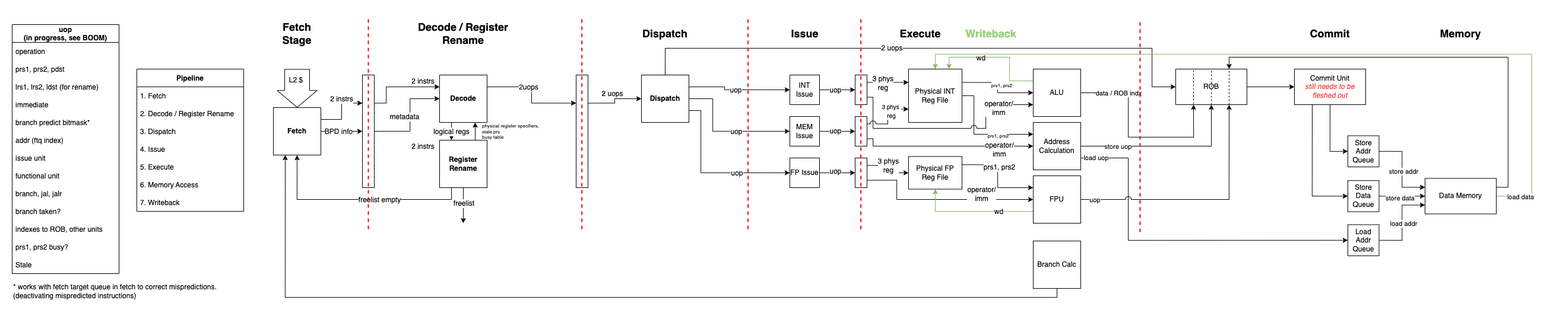
Cal-Poly-RAMP/ramp-core keeps this draw.io diagram as docs/source/images/ramp-high-level-interface.png. Above is the earlier version. Source tidied: cells renumbered, new cells last; positions are measured from the earlier drawing's top-left corner, leaving out a move shared by most shapes.
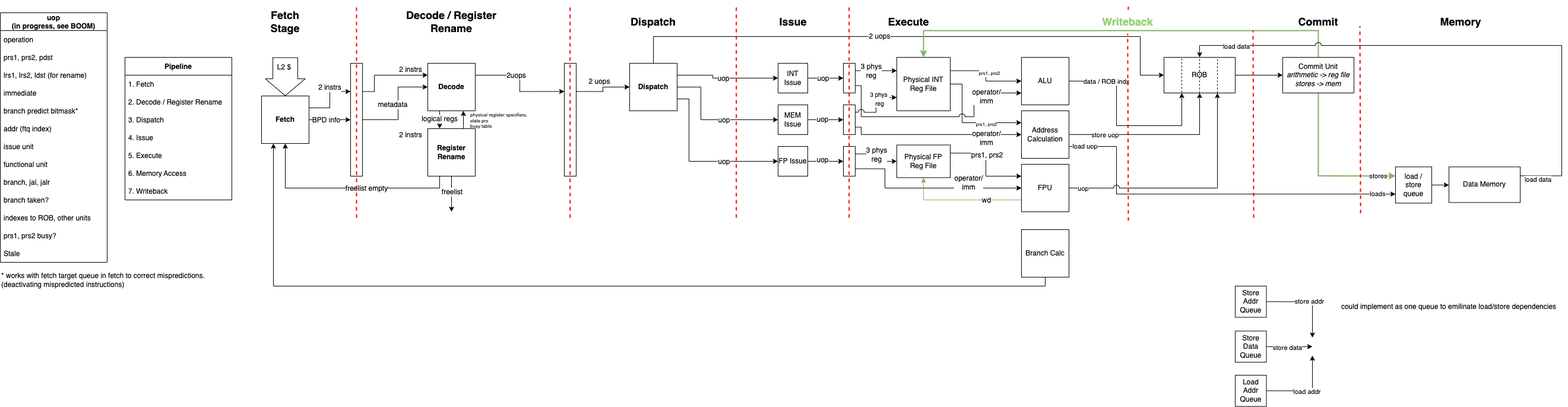
Later version of the same file.

The edit, as a diff of the source:
```diff
@@ -168,7 +168,7 @@
       <mxGeometry x="690.3" y="225" as="geometry" />
     </mxCell>
     <mxCell id="44" value="&lt;p style=&quot;line-height: 0.8;&quot;&gt;&lt;span style=&quot;font-size: 8px; background-color: initial;&quot;&gt;physical register specifiers,&lt;/span&gt;&lt;br&gt;&lt;span style=&quot;font-size: 8px; background-color: initial;&quot;&gt;stale prs&lt;/span&gt;&lt;br&gt;&lt;span style=&quot;font-size: 8px; background-color: initial;&quot;&gt;busy table&lt;/span&gt;&lt;br&gt;&lt;/p&gt;" style="text;html=1;strokeColor=none;fillColor=none;align=left;verticalAlign=middle;whiteSpace=wrap;rounded=0;fontSize=12;fontColor=#000000;" parent="1" vertex="1">
-      <mxGeometry x="790" y="185" width="150" height="30" as="geometry" />
+      <mxGeometry x="790" y="186" width="150" height="30" as="geometry" />
     </mxCell>
     <mxCell id="45" style="edgeStyle=orthogonalEdgeStyle;rounded=0;jumpStyle=none;jumpSize=10;jettySize=auto;html=1;fontSize=12;fontColor=#000000;strokeColor=#000000;strokeWidth=1;entryX=0;entryY=0.5;entryDx=0;entryDy=0;exitX=1;exitY=0.5;exitDx=0;exitDy=0;" parent="1" edge="1" source="46" target="139">
       <mxGeometry relative="1" as="geometry">
@@ -361,26 +361,11 @@
     <mxCell id="87" value="ALU&lt;br&gt;" style="whiteSpace=wrap;html=1;fontSize=12;fontColor=#000000;" parent="1" vertex="1">
       <mxGeometry x="1720" y="95" width="80" height="80" as="geometry" />
     </mxCell>
-    <mxCell id="88" style="edgeStyle=orthogonalEdgeStyle;rounded=0;jumpStyle=none;jumpSize=10;jettySize=auto;html=1;exitX=0;exitY=0.25;exitDx=0;exitDy=0;entryX=0.75;entryY=0;entryDx=0;entryDy=0;fontSize=12;fontColor=#000000;strokeColor=#82b366;strokeWidth=1;fillColor=#d5e8d4;" parent="1" edge="1" source="87" target="81">
-      <mxGeometry relative="1" as="geometry">
-        <Array as="points">
-          <mxPoint x="1680" y="115" />
-          <mxPoint x="1680" y="75" />
-          <mxPoint x="1578" y="75" />
-          <mxPoint x="1578" y="95" />
-        </Array>
-      </mxGeometry>
-    </mxCell>
-    <mxCell id="89" value="wd" style="edgeLabel;html=1;align=center;verticalAlign=middle;fontSize=12;fontColor=#000000;" parent="88" vertex="1">
-      <mxGeometry x="0.8" y="-1" relative="1" as="geometry">
-        <mxPoint x="53" as="offset" />
-      </mxGeometry>
-    </mxCell>
-    <mxCell id="90" style="edgeStyle=orthogonalEdgeStyle;rounded=0;jettySize=auto;html=1;exitX=1;exitY=0.75;exitDx=0;exitDy=0;fontColor=#000000;entryX=0;entryY=0.5;entryDx=0;entryDy=0;" parent="1" edge="1" source="94" target="130">
+    <mxCell id="90" style="edgeStyle=orthogonalEdgeStyle;rounded=0;jettySize=auto;html=1;exitX=1;exitY=0.75;exitDx=0;exitDy=0;fontColor=#000000;entryX=0;entryY=0.75;entryDx=0;entryDy=0;" parent="1" edge="1" source="94" target="154">
       <mxGeometry relative="1" as="geometry">
         <Array as="points">
           <mxPoint x="1880" y="245" />
-          <mxPoint x="1880" y="384" />
+          <mxPoint x="1880" y="325" />
         </Array>
       </mxGeometry>
     </mxCell>
@@ -389,6 +374,11 @@
         <mxPoint x="10" as="offset" />
       </mxGeometry>
     </mxCell>
+    <mxCell id="145" value="loads" style="edgeLabel;html=1;align=center;verticalAlign=middle;" parent="90" vertex="1">
+      <mxGeometry x="0.89" y="1" relative="1" as="geometry">
+        <mxPoint x="5" as="offset" />
+      </mxGeometry>
+    </mxCell>
     <mxCell id="92" style="edgeStyle=orthogonalEdgeStyle;rounded=0;jumpStyle=arc;jumpSize=10;jettySize=auto;html=1;exitX=1;exitY=0.5;exitDx=0;exitDy=0;fontColor=#000000;entryX=0.5;entryY=1;entryDx=0;entryDy=0;" parent="1" edge="1" source="94" target="46">
       <mxGeometry relative="1" as="geometry" />
     </mxCell>
@@ -512,66 +502,46 @@
     <mxCell id="121" value="7. Writeback" style="text;strokeColor=none;fillColor=none;align=left;verticalAlign=middle;spacingLeft=4;spacingRight=4;overflow=hidden;labelBackgroundColor=none;fontColor=#000000;" parent="114" vertex="1">
       <mxGeometry y="210" width="180" height="30" as="geometry" />
     </mxCell>
-    <mxCell id="122" style="edgeStyle=orthogonalEdgeStyle;rounded=0;jettySize=auto;html=1;exitX=1;exitY=0.5;exitDx=0;exitDy=0;entryX=0;entryY=0.25;entryDx=0;entryDy=0;fontColor=#000000;" parent="1" edge="1" source="124" target="134">
-      <mxGeometry relative="1" as="geometry" />
-    </mxCell>
-    <mxCell id="123" value="store addr" style="edgeLabel;html=1;align=center;verticalAlign=middle;fontColor=#000000;" parent="122" vertex="1">
-      <mxGeometry x="0.04" y="1" relative="1" as="geometry" />
-    </mxCell>
-    <mxCell id="124" value="Store Addr Queue" style="whiteSpace=wrap;html=1;labelBackgroundColor=none;fontColor=#000000;" parent="1" vertex="1">
-      <mxGeometry x="2250" y="207.5" width="52.5" height="52.5" as="geometry" />
-    </mxCell>
-    <mxCell id="125" style="edgeStyle=orthogonalEdgeStyle;rounded=0;jettySize=auto;html=1;exitX=1;exitY=0.5;exitDx=0;exitDy=0;entryX=0;entryY=0.5;entryDx=0;entryDy=0;fontColor=#000000;" parent="1" edge="1" source="127" target="134">
-      <mxGeometry relative="1" as="geometry" />
-    </mxCell>
-    <mxCell id="126" value="store data" style="edgeLabel;html=1;align=center;verticalAlign=middle;fontColor=#000000;" parent="125" vertex="1">
-      <mxGeometry x="-0.12" y="-2" relative="1" as="geometry" />
-    </mxCell>
-    <mxCell id="127" value="Store&lt;br&gt;Data Queue" style="whiteSpace=wrap;html=1;labelBackgroundColor=none;fontColor=#000000;" parent="1" vertex="1">
-      <mxGeometry x="2250" y="283.1" width="52.5" height="52.5" as="geometry" />
-    </mxCell>
-    <mxCell id="128" style="edgeStyle=orthogonalEdgeStyle;rounded=0;jettySize=auto;html=1;exitX=1;exitY=0.5;exitDx=0;exitDy=0;fontColor=#000000;entryX=0;entryY=0.75;entryDx=0;entryDy=0;" parent="1" edge="1" source="130" target="134">
-      <mxGeometry relative="1" as="geometry" />
-    </mxCell>
-    <mxCell id="129" value="load addr" style="edgeLabel;html=1;align=center;verticalAlign=middle;fontColor=#000000;" parent="128" vertex="1">
-      <mxGeometry x="-0.01" y="-1" relative="1" as="geometry" />
-    </mxCell>
-    <mxCell id="130" value="Load Addr Queue" style="whiteSpace=wrap;html=1;labelBackgroundColor=none;fontColor=#000000;" parent="1" vertex="1">
-      <mxGeometry x="2250" y="357.5" width="52.5" height="52.5" as="geometry" />
-    </mxCell>
-    <mxCell id="131" style="edgeStyle=orthogonalEdgeStyle;rounded=0;jettySize=auto;html=1;exitX=1;exitY=0.5;exitDx=0;exitDy=0;fontColor=#000000;entryX=0.5;entryY=0;entryDx=0;entryDy=0;fillColor=#d5e8d4;strokeColor=#82b366;" parent="1" edge="1" source="134" target="81">
+    <mxCell id="131" style="edgeStyle=orthogonalEdgeStyle;rounded=0;jettySize=auto;html=1;exitX=0.5;exitY=0;exitDx=0;exitDy=0;fontColor=#000000;entryX=0.5;entryY=0;entryDx=0;entryDy=0;fillColor=#d5e8d4;strokeColor=#82b366;strokeWidth=2;" parent="1" edge="1" source="139" target="81">
       <mxGeometry relative="1" as="geometry">
         <Array as="points">
-          <mxPoint x="2560" y="309" />
-          <mxPoint x="2560" y="70" />
-          <mxPoint x="1555" y="70" />
+          <mxPoint x="2220" y="50" />
+          <mxPoint x="1555" y="50" />
         </Array>
       </mxGeometry>
     </mxCell>
-    <mxCell id="132" value="load data" style="edgeLabel;html=1;align=center;verticalAlign=middle;fontColor=#000000;" parent="131" vertex="1">
-      <mxGeometry x="-0.72" y="1" relative="1" as="geometry">
-        <mxPoint x="-19" y="123" as="offset" />
-      </mxGeometry>
-    </mxCell>
-    <mxCell id="133" style="edgeStyle=orthogonalEdgeStyle;rounded=0;jumpStyle=arc;jumpSize=10;jettySize=auto;html=1;exitX=1;exitY=0.25;exitDx=0;exitDy=0;entryX=0.75;entryY=0;entryDx=0;entryDy=0;fontSize=8;fontColor=#FF3333;" parent="1" edge="1" source="134" target="46">
-      <mxGeometry relative="1" as="geometry" />
+    <mxCell id="133" style="edgeStyle=orthogonalEdgeStyle;rounded=0;jumpStyle=arc;jumpSize=10;jettySize=auto;html=1;exitX=1;exitY=0.25;exitDx=0;exitDy=0;entryX=0.5;entryY=0;entryDx=0;entryDy=0;fontSize=8;fontColor=#FF3333;" parent="1" edge="1" source="134" target="46">
+      <mxGeometry relative="1" as="geometry">
+        <Array as="points">
+          <mxPoint x="2630" y="294" />
+          <mxPoint x="2630" y="75" />
+          <mxPoint x="2020" y="75" />
+        </Array>
+      </mxGeometry>
     </mxCell>
+    <mxCell id="146" value="load data" style="edgeLabel;html=1;align=center;verticalAlign=middle;" parent="133" vertex="1">
+      <mxGeometry x="0.82" y="1" relative="1" as="geometry" />
+    </mxCell>
+    <mxCell id="147" value="load data" style="edgeLabel;html=1;align=center;verticalAlign=middle;" parent="133" vertex="1">
+      <mxGeometry x="-0.93" y="-2" relative="1" as="geometry">
+        <mxPoint x="-3" y="4" as="offset" />
+      </mxGeometry>
+    </mxCell>
     <mxCell id="134" value="Data Memory" style="rounded=0;whiteSpace=wrap;html=1;labelBackgroundColor=none;fontColor=#000000;" parent="1" vertex="1">
-      <mxGeometry x="2380" y="279.4" width="120" height="60" as="geometry" />
+      <mxGeometry x="2440" y="279.4" width="120" height="60" as="geometry" />
     </mxCell>
-    <mxCell id="135" value="&lt;h2&gt;&lt;span style=&quot;background-color: rgb(255, 255, 255);&quot;&gt;&lt;font color=&quot;#97d077&quot;&gt;Writeback&lt;/font&gt;&lt;/span&gt;&lt;/h2&gt;" style="text;html=1;strokeColor=none;fillColor=none;align=center;verticalAlign=middle;whiteSpace=wrap;rounded=0;labelBackgroundColor=none;fontColor=#000000;" parent="1" vertex="1">
-      <mxGeometry x="1600" y="15" width="97.5" height="40" as="geometry" />
-    </mxCell>
     <mxCell id="136" value="&lt;h2&gt;Memory&lt;/h2&gt;" style="text;html=1;strokeColor=none;fillColor=none;align=center;verticalAlign=middle;whiteSpace=wrap;rounded=0;labelBackgroundColor=none;fontColor=#000000;" parent="1" vertex="1">
-      <mxGeometry x="2360" width="160" height="70" as="geometry" />
+      <mxGeometry x="2380" width="160" height="70" as="geometry" />
     </mxCell>
-    <mxCell id="137" style="edgeStyle=orthogonalEdgeStyle;rounded=0;jettySize=auto;html=1;exitX=0.25;exitY=1;exitDx=0;exitDy=0;fontColor=#000000;entryX=0;entryY=0.5;entryDx=0;entryDy=0;" parent="1" edge="1" source="139" target="127">
-      <mxGeometry relative="1" as="geometry" />
-    </mxCell>
-    <mxCell id="138" style="edgeStyle=orthogonalEdgeStyle;rounded=0;jettySize=auto;html=1;exitX=0.5;exitY=1;exitDx=0;exitDy=0;entryX=0;entryY=0.5;entryDx=0;entryDy=0;fontColor=#000000;" parent="1" edge="1" source="139" target="124">
+    <mxCell id="138" style="edgeStyle=orthogonalEdgeStyle;rounded=0;jettySize=auto;html=1;exitX=0.5;exitY=1;exitDx=0;exitDy=0;entryX=0;entryY=0.25;entryDx=0;entryDy=0;fontColor=#000000;fillColor=#d5e8d4;strokeColor=#82b366;strokeWidth=2;" parent="1" edge="1" source="139" target="154">
       <mxGeometry relative="1" as="geometry" />
     </mxCell>
+    <mxCell id="148" value="stores" style="edgeLabel;html=1;align=center;verticalAlign=middle;" parent="138" vertex="1">
+      <mxGeometry x="-0.42" relative="1" as="geometry">
+        <mxPoint x="100" y="61" as="offset" />
+      </mxGeometry>
+    </mxCell>
-    <mxCell id="139" value="Commit Unit&lt;br&gt;&lt;i&gt;&lt;font color=&quot;#ff3333&quot;&gt;still needs to be fleshed out&lt;/font&gt;&lt;/i&gt;" style="rounded=0;whiteSpace=wrap;html=1;labelBackgroundColor=none;fontColor=#000000;" parent="1" vertex="1">
+    <mxCell id="139" value="Commit Unit&lt;br&gt;&lt;i&gt;arithmetic -&amp;gt; reg file&lt;br&gt;stores -&amp;gt; mem&lt;/i&gt;" style="rounded=0;whiteSpace=wrap;html=1;labelBackgroundColor=none;fontColor=#000000;" parent="1" vertex="1">
       <mxGeometry x="2160" y="95" width="120" height="60" as="geometry" />
     </mxCell>
     <mxCell id="140" value="&lt;h2&gt;Commit&lt;/h2&gt;" style="text;html=1;strokeColor=none;fillColor=none;align=center;verticalAlign=middle;whiteSpace=wrap;rounded=0;labelBackgroundColor=none;fontColor=#000000;" parent="1" vertex="1">
@@ -589,11 +559,72 @@
     <mxCell id="143" style="endArrow=none;dashed=1;html=1;rounded=0;fontSize=8;fontColor=#FF3333;jumpStyle=arc;jumpSize=10;exitX=0.75;exitY=1;exitDx=0;exitDy=0;entryX=0.75;entryY=0;entryDx=0;entryDy=0;" parent="1" edge="1" source="46" target="46">
       <mxGeometry relative="1" as="geometry" />
     </mxCell>
-    <mxCell id="144" style="endArrow=none;dashed=1;html=1;rounded=0;fontSize=12;fontColor=#000000;strokeColor=#FF0000;strokeWidth=2;jumpStyle=none;jumpSize=10;" parent="1" edge="1">
+    <mxCell id="144" style="endArrow=none;dashed=1;html=1;rounded=0;fontSize=12;fontColor=#000000;strokeColor=#FF0000;strokeWidth=2;jumpStyle=none;jumpSize=10;startArrow=none;" parent="1" edge="1" source="135">
       <mxGeometry relative="1" as="geometry">
-        <mxPoint x="1900" y="370" as="sourcePoint" />
         <mxPoint x="1900" y="10" as="targetPoint" />
       </mxGeometry>
     </mxCell>
+    <mxCell id="149" value="could implement as one queue to emilinate load/store dependencies" style="text;html=1;strokeColor=none;fillColor=none;align=center;verticalAlign=middle;whiteSpace=wrap;rounded=0;" parent="1" vertex="1">
+      <mxGeometry x="2240" y="450" width="400" height="130" as="geometry" />
+    </mxCell>
+    <mxCell id="150" style="edgeStyle=orthogonalEdgeStyle;rounded=0;jettySize=auto;html=1;exitX=1;exitY=0.5;exitDx=0;exitDy=0;entryX=0;entryY=0.25;entryDx=0;entryDy=0;fontColor=#000000;" parent="1" edge="1" source="124">
+      <mxGeometry relative="1" as="geometry">
+        <mxPoint x="2210" y="566.9" as="targetPoint" />
+      </mxGeometry>
+    </mxCell>
+    <mxCell id="123" value="store addr" style="edgeLabel;html=1;align=center;verticalAlign=middle;fontColor=#000000;" parent="150" vertex="1">
+      <mxGeometry x="0.04" y="1" relative="1" as="geometry" />
+    </mxCell>
+    <mxCell id="124" value="Store Addr Queue" style="whiteSpace=wrap;html=1;labelBackgroundColor=none;fontColor=#000000;" parent="1" vertex="1">
+      <mxGeometry x="2080" y="480" width="52.5" height="52.5" as="geometry" />
+    </mxCell>
+    <mxCell id="151" style="edgeStyle=orthogonalEdgeStyle;rounded=0;jettySize=auto;html=1;exitX=1;exitY=0.5;exitDx=0;exitDy=0;entryX=0;entryY=0.5;entryDx=0;entryDy=0;fontColor=#000000;" parent="1" edge="1" source="127">
+      <mxGeometry relative="1" as="geometry">
+        <mxPoint x="2210" y="581.9" as="targetPoint" />
+      </mxGeometry>
+    </mxCell>
+    <mxCell id="126" value="store data" style="edgeLabel;html=1;align=center;verticalAlign=middle;fontColor=#000000;" parent="151" vertex="1">
+      <mxGeometry x="-0.12" y="-2" relative="1" as="geometry" />
+    </mxCell>
+    <mxCell id="127" value="Store&lt;br&gt;Data Queue" style="whiteSpace=wrap;html=1;labelBackgroundColor=none;fontColor=#000000;" parent="1" vertex="1">
+      <mxGeometry x="2080" y="555.6" width="52.5" height="52.5" as="geometry" />
+    </mxCell>
+    <mxCell id="152" style="edgeStyle=orthogonalEdgeStyle;rounded=0;jettySize=auto;html=1;exitX=1;exitY=0.5;exitDx=0;exitDy=0;fontColor=#000000;entryX=0;entryY=0.75;entryDx=0;entryDy=0;" parent="1" edge="1" source="130">
+      <mxGeometry relative="1" as="geometry">
+        <mxPoint x="2210" y="596.9" as="targetPoint" />
+      </mxGeometry>
+    </mxCell>
+    <mxCell id="129" value="load addr" style="edgeLabel;html=1;align=center;verticalAlign=middle;fontColor=#000000;" parent="152" vertex="1">
+      <mxGeometry x="-0.01" y="-1" relative="1" as="geometry" />
+    </mxCell>
+    <mxCell id="130" value="Load Addr Queue" style="whiteSpace=wrap;html=1;labelBackgroundColor=none;fontColor=#000000;" parent="1" vertex="1">
+      <mxGeometry x="2080" y="630" width="52.5" height="52.5" as="geometry" />
+    </mxCell>
+    <mxCell id="153" style="edgeStyle=orthogonalEdgeStyle;rounded=0;jettySize=auto;html=1;exitX=1;exitY=0.5;exitDx=0;exitDy=0;entryX=0;entryY=0.5;entryDx=0;entryDy=0;strokeWidth=1;" parent="1" edge="1" source="154" target="134">
+      <mxGeometry relative="1" as="geometry" />
+    </mxCell>
+    <mxCell id="154" value="load / store queue" style="whiteSpace=wrap;html=1;" parent="1" vertex="1">
+      <mxGeometry x="2350" y="279.4" width="61" height="61" as="geometry" />
+    </mxCell>
+    <mxCell id="135" value="&lt;h2&gt;&lt;span style=&quot;background-color: rgb(255, 255, 255);&quot;&gt;&lt;font color=&quot;#97d077&quot;&gt;Writeback&lt;/font&gt;&lt;/span&gt;&lt;/h2&gt;" style="text;html=1;strokeColor=none;fillColor=none;align=center;verticalAlign=middle;whiteSpace=wrap;rounded=0;labelBackgroundColor=none;fontColor=#000000;" parent="1" vertex="1">
+      <mxGeometry x="1850" y="15" width="97.5" height="40" as="geometry" />
+    </mxCell>
+    <mxCell id="155" style="endArrow=none;dashed=1;html=1;rounded=0;fontSize=12;fontColor=#000000;strokeColor=#FF0000;strokeWidth=2;jumpStyle=none;jumpSize=10;" parent="1" edge="1" target="135">
+      <mxGeometry relative="1" as="geometry">
+        <mxPoint x="1900" y="370" as="sourcePoint" />
+      </mxGeometry>
+    </mxCell>
+    <mxCell id="156" style="endArrow=none;dashed=1;html=1;rounded=0;fontSize=12;fontColor=#000000;strokeColor=#FF0000;strokeWidth=2;jumpStyle=none;jumpSize=10;" parent="1" edge="1">
+      <mxGeometry relative="1" as="geometry">
+        <mxPoint x="2111.2" y="365" as="sourcePoint" />
+        <mxPoint x="2110" y="50" as="targetPoint" />
+      </mxGeometry>
+    </mxCell>
+    <mxCell id="157" style="endArrow=none;dashed=1;html=1;rounded=0;fontSize=12;fontColor=#000000;strokeColor=#FF0000;strokeWidth=2;jumpStyle=none;jumpSize=10;" parent="1" edge="1">
+      <mxGeometry relative="1" as="geometry">
+        <mxPoint x="2291.2" y="357.5" as="sourcePoint" />
+        <mxPoint x="2290" y="42.5" as="targetPoint" />
+      </mxGeometry>
+    </mxCell>
   </root>
 </mxGraphModel>
```
